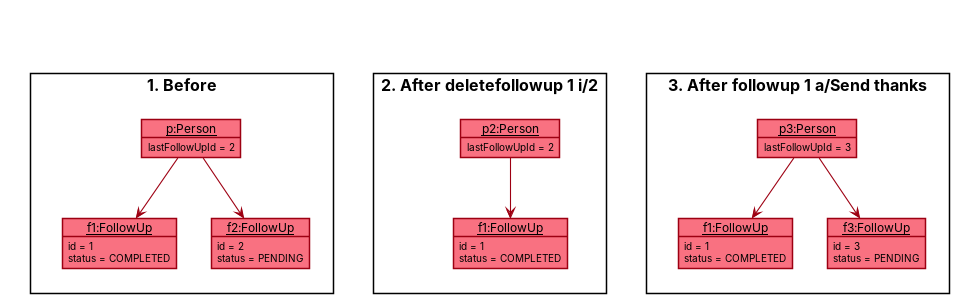
The PlantUML diagram docs/images/FollowUpIdObjectDiagram.png in AY2627S1-CS2103-F13-2/tp, before a commit. Its source is kept beside it as docs/diagrams/FollowUpIdObjectDiagram.puml. Source of this version:
```plantuml
@startuml
!include style.puml
skinparam arrowThickness 1.1
skinparam arrowColor #9D0012
skinparam objectBackgroundColor #F97181
skinparam objectFontColor #000000
skinparam objectAttributeFontColor #000000
skinparam objectBorderColor #9D0012
skinparam rectangleFontColor #000000
skinparam ArrowFontStyle plain
show members

rectangle "1. Before" as Before {
  object "<u>p:Person</u>" as p1 {
    lastFollowUpId = 2
  }
  object "<u>f1:FollowUp</u>" as f11 {
    id = 1
    status = COMPLETED
  }
  object "<u>f2:FollowUp</u>" as f12 {
    id = 2
    status = PENDING
  }
}

rectangle "2. After deletefollowup 1 i/2" as AfterDelete {
  object "<u>p2:Person</u>" as p2 {
    lastFollowUpId = 2
  }
  object "<u>f1:FollowUp</u>" as f21 {
    id = 1
    status = COMPLETED
  }
}

rectangle "3. After followup 1 a/Send thanks" as AfterAdd {
  object "<u>p3:Person</u>" as p3 {
    lastFollowUpId = 3
  }
  object "<u>f1:FollowUp</u>" as f31 {
    id = 1
    status = COMPLETED
  }
  object "<u>f3:FollowUp</u>" as f33 {
    id = 3
    status = PENDING
  }
}

p1 -down-> f11
p1 -down-> f12
p2 -down-> f21
p3 -down-> f31
p3 -down-> f33

Before -[hidden]right- AfterDelete
AfterDelete -[hidden]right- AfterAdd
f11 -[hidden]right- f12
f31 -[hidden]right- f33
@enduml
```
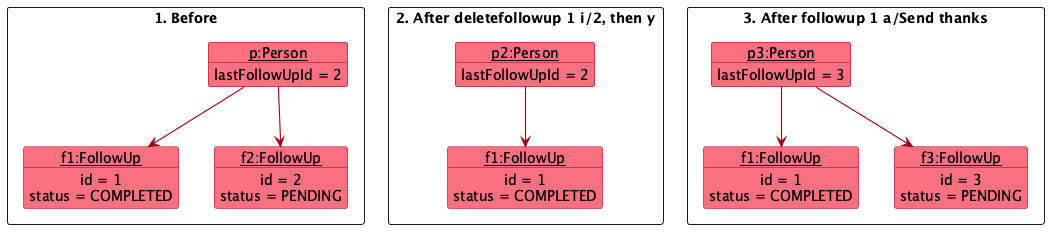
Above is the later version.

Diff of the diagram source:
```diff
@@ -24,7 +24,7 @@
   }
 }
 
-rectangle "2. After deletefollowup 1 i/2" as AfterDelete {
+rectangle "2. After deletefollowup 1 i/2, then y" as AfterDelete {
   object "<u>p2:Person</u>" as p2 {
     lastFollowUpId = 2
   }
@@ -54,8 +54,8 @@
 p3 -down-> f31
 p3 -down-> f33
 
-Before -[hidden]right- AfterDelete
-AfterDelete -[hidden]right- AfterAdd
+p1 -[hidden]right- p2
+p2 -[hidden]right- p3
 f11 -[hidden]right- f12
 f31 -[hidden]right- f33
 @enduml
```
